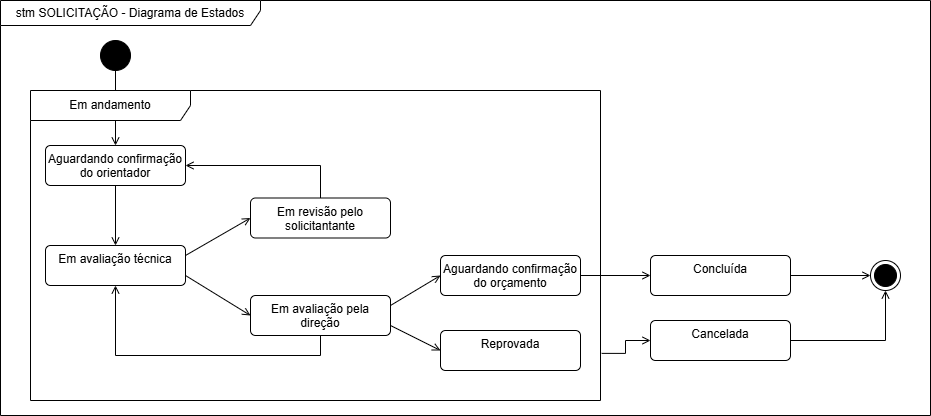
Before: docs/diagrama de estados.drawio.png, a diagram exported from draw.io (CEPAG-UFPR/LAMIR-SisLAMIR-doc). Source tidied: cells renumbered, new cells last; positions are measured from the earlier drawing's top-left corner, leaving out a move shared by most shapes.
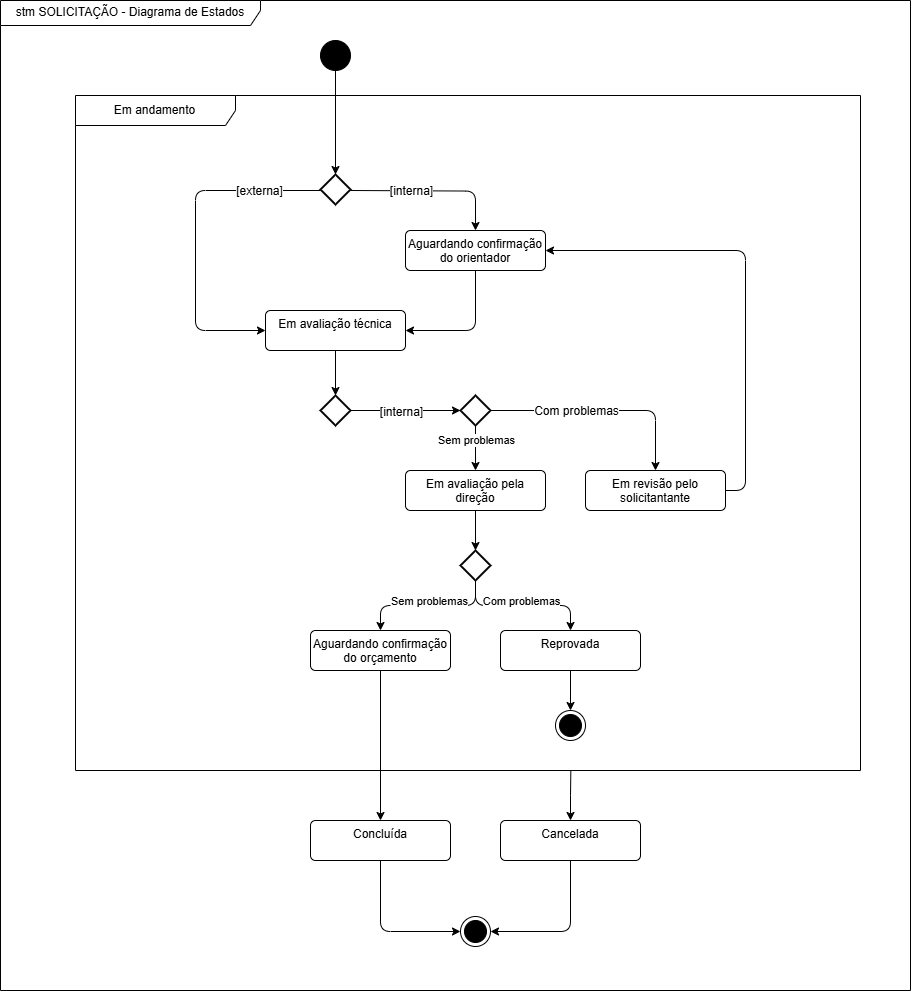
Later version of the same file.

Commit message:
feat: update state diagram

Change to the diagram source:
```diff
@@ -2,82 +2,142 @@
   <root>
     <mxCell id="0" />
     <mxCell id="1" parent="0" />
-    <mxCell id="2" value="stm SOLICITAÇÃO - Diagrama de Estados" style="shape=umlFrame;whiteSpace=wrap;html=1;width=260;height=25;" parent="1" vertex="1">
-      <mxGeometry width="930" height="415" as="geometry" />
+    <mxCell id="2" value="stm SOLICITAÇÃO - Diagrama de Estados" style="shape=umlFrame;whiteSpace=wrap;html=1;width=260;height=25;rounded=1;" parent="1" vertex="1">
+      <mxGeometry width="910" height="990" as="geometry" />
     </mxCell>
-    <mxCell id="3" style="edgeStyle=orthogonalEdgeStyle;rounded=0;jettySize=auto;html=1;exitX=0.5;exitY=1;exitDx=0;exitDy=0;entryX=0.5;entryY=0;entryDx=0;entryDy=0;endArrow=open;endFill=0;" parent="2" edge="1" source="4" target="6">
-      <mxGeometry relative="1" as="geometry" />
-    </mxCell>
-    <mxCell id="4" style="ellipse;fillColor=strokeColor;html=1;" parent="2" vertex="1">
-      <mxGeometry x="100" y="40" width="30" height="30" as="geometry" />
+    <mxCell id="4" style="ellipse;fillColor=strokeColor;html=1;rounded=1;" parent="2" vertex="1">
+      <mxGeometry x="320" y="40" width="30" height="30" as="geometry" />
     </mxCell>
+    <mxCell id="22" value="Em andamento" style="shape=umlFrame;whiteSpace=wrap;html=1;width=160;rounded=1;" parent="2" vertex="1">
+      <mxGeometry x="75" y="95" width="785" height="675" as="geometry" />
+    </mxCell>
+    <mxCell id="26" style="edgeStyle=orthogonalEdgeStyle;rounded=1;jettySize=auto;html=1;exitX=1;exitY=0.5;exitDx=0;exitDy=0;exitPerimeter=0;entryX=0.5;entryY=0;entryDx=0;entryDy=0;curved=0;" parent="22" edge="1" target="6">
+      <mxGeometry relative="1" as="geometry">
+        <mxPoint x="275" y="95" as="sourcePoint" />
+      </mxGeometry>
+    </mxCell>
+    <mxCell id="27" value="&lt;font style=&quot;font-size: 12px;&quot;&gt;[interna]&lt;/font&gt;" style="edgeLabel;html=1;align=center;verticalAlign=middle;rounded=1;" parent="26" vertex="1">
+      <mxGeometry x="-0.27" relative="1" as="geometry" />
+    </mxCell>
+    <mxCell id="28" style="edgeStyle=orthogonalEdgeStyle;rounded=1;jettySize=auto;html=1;exitX=0;exitY=0.5;exitDx=0;exitDy=0;exitPerimeter=0;curved=0;entryX=0;entryY=0.5;entryDx=0;entryDy=0;" parent="22" edge="1" target="9">
+      <mxGeometry relative="1" as="geometry">
+        <mxPoint x="245" y="95" as="sourcePoint" />
+        <Array as="points">
+          <mxPoint x="120" y="95" />
+          <mxPoint x="120" y="235" />
+        </Array>
+      </mxGeometry>
+    </mxCell>
+    <mxCell id="29" value="&lt;font style=&quot;font-size: 12px;&quot;&gt;[externa]&lt;/font&gt;" style="edgeLabel;html=1;align=center;verticalAlign=middle;rounded=1;" parent="28" vertex="1">
+      <mxGeometry x="-0.63" relative="1" as="geometry" />
+    </mxCell>
+    <mxCell id="30" style="strokeWidth=2;html=1;shape=mxgraph.flowchart.decision;whiteSpace=wrap;rounded=1;" parent="22" vertex="1">
+      <mxGeometry x="245" y="79" width="30" height="30" as="geometry" />
+    </mxCell>
-    <mxCell id="5" style="edgeStyle=orthogonalEdgeStyle;rounded=0;jettySize=auto;html=1;exitX=0.5;exitY=1;exitDx=0;exitDy=0;entryX=0.5;entryY=0;entryDx=0;entryDy=0;endArrow=open;endFill=0;" parent="2" edge="1" source="6" target="9">
+    <mxCell id="5" style="edgeStyle=orthogonalEdgeStyle;rounded=1;jettySize=auto;html=1;exitX=0.5;exitY=1;exitDx=0;exitDy=0;entryX=1;entryY=0.5;entryDx=0;entryDy=0;curved=0;" parent="22" edge="1" source="6" target="9">
       <mxGeometry relative="1" as="geometry" />
     </mxCell>
-    <mxCell id="6" value="Aguardando confirmação do orientador" style="html=1;align=center;verticalAlign=top;rounded=1;absoluteArcSize=1;arcSize=10;dashed=0;whiteSpace=wrap;" parent="2" vertex="1">
-      <mxGeometry x="45" y="145" width="140" height="40" as="geometry" />
+    <mxCell id="6" value="Aguardando confirmação do orientador" style="html=1;align=center;verticalAlign=top;rounded=1;absoluteArcSize=1;arcSize=10;dashed=0;whiteSpace=wrap;" parent="22" vertex="1">
+      <mxGeometry x="330" y="135" width="140" height="40" as="geometry" />
     </mxCell>
-    <mxCell id="7" style="rounded=0;jettySize=auto;html=1;exitX=1;exitY=0.25;exitDx=0;exitDy=0;entryX=0;entryY=0.5;entryDx=0;entryDy=0;endArrow=open;endFill=0;" parent="2" edge="1" source="9" target="15">
-      <mxGeometry relative="1" as="geometry" />
-    </mxCell>
-    <mxCell id="8" style="rounded=0;jettySize=auto;html=1;exitX=1;exitY=0.75;exitDx=0;exitDy=0;entryX=0;entryY=0.5;entryDx=0;entryDy=0;endArrow=open;endFill=0;" parent="2" edge="1" source="9" target="13">
-      <mxGeometry relative="1" as="geometry" />
-    </mxCell>
-    <mxCell id="9" value="Em avaliação técnica" style="html=1;align=center;verticalAlign=top;rounded=1;absoluteArcSize=1;arcSize=10;dashed=0;whiteSpace=wrap;" parent="2" vertex="1">
-      <mxGeometry x="45" y="245" width="140" height="40" as="geometry" />
+    <mxCell id="9" value="Em avaliação técnica" style="html=1;align=center;verticalAlign=top;rounded=1;absoluteArcSize=1;arcSize=10;dashed=0;whiteSpace=wrap;" parent="22" vertex="1">
+      <mxGeometry x="190" y="215" width="140" height="40" as="geometry" />
     </mxCell>
-    <mxCell id="10" style="rounded=0;jettySize=auto;html=1;exitX=1;exitY=0.25;exitDx=0;exitDy=0;entryX=0;entryY=0.5;entryDx=0;entryDy=0;endArrow=open;endFill=0;" parent="2" edge="1" source="13" target="17">
-      <mxGeometry relative="1" as="geometry" />
-    </mxCell>
-    <mxCell id="11" style="rounded=0;jettySize=auto;html=1;exitX=1;exitY=0.75;exitDx=0;exitDy=0;entryX=0;entryY=0.5;entryDx=0;entryDy=0;endArrow=open;endFill=0;" parent="2" edge="1" source="13" target="18">
-      <mxGeometry relative="1" as="geometry" />
-    </mxCell>
-    <mxCell id="12" style="edgeStyle=orthogonalEdgeStyle;rounded=0;jettySize=auto;html=1;exitX=0.5;exitY=1;exitDx=0;exitDy=0;entryX=0.5;entryY=1;entryDx=0;entryDy=0;endArrow=open;endFill=0;" parent="2" edge="1" source="13" target="9">
-      <mxGeometry relative="1" as="geometry" />
-    </mxCell>
+    <mxCell id="31" style="edgeStyle=orthogonalEdgeStyle;rounded=1;jettySize=auto;html=1;exitX=1;exitY=0.5;exitDx=0;exitDy=0;exitPerimeter=0;entryX=0;entryY=0.5;entryDx=0;entryDy=0;entryPerimeter=0;" parent="22" edge="1" source="33" target="45">
+      <mxGeometry relative="1" as="geometry" />
+    </mxCell>
+    <mxCell id="32" value="&lt;span style=&quot;font-size: 12px;&quot;&gt;[interna]&lt;/span&gt;" style="edgeLabel;html=1;align=center;verticalAlign=middle;rounded=1;" parent="31" vertex="1">
+      <mxGeometry x="-0.08" y="-1" relative="1" as="geometry" />
+    </mxCell>
+    <mxCell id="33" style="strokeWidth=2;html=1;shape=mxgraph.flowchart.decision;whiteSpace=wrap;rounded=1;" parent="22" vertex="1">
+      <mxGeometry x="245" y="300" width="30" height="30" as="geometry" />
+    </mxCell>
+    <mxCell id="34" style="edgeStyle=orthogonalEdgeStyle;rounded=1;jettySize=auto;html=1;exitX=0.5;exitY=1;exitDx=0;exitDy=0;entryX=0.5;entryY=0;entryDx=0;entryDy=0;entryPerimeter=0;" parent="22" edge="1" source="9" target="33">
+      <mxGeometry relative="1" as="geometry" />
+    </mxCell>
-    <mxCell id="13" value="Em avaliação pela direção" style="html=1;align=center;verticalAlign=top;rounded=1;absoluteArcSize=1;arcSize=10;dashed=0;whiteSpace=wrap;" parent="2" vertex="1">
-      <mxGeometry x="250" y="295" width="140" height="40" as="geometry" />
+    <mxCell id="13" value="Em avaliação pela direção" style="html=1;align=center;verticalAlign=top;rounded=1;absoluteArcSize=1;arcSize=10;dashed=0;whiteSpace=wrap;" parent="22" vertex="1">
+      <mxGeometry x="330" y="375" width="140" height="40" as="geometry" />
     </mxCell>
-    <mxCell id="14" style="edgeStyle=orthogonalEdgeStyle;rounded=0;jettySize=auto;html=1;exitX=0.5;exitY=0;exitDx=0;exitDy=0;entryX=1;entryY=0.5;entryDx=0;entryDy=0;endArrow=open;endFill=0;" parent="2" edge="1" source="15" target="6">
+    <mxCell id="14" style="edgeStyle=orthogonalEdgeStyle;rounded=1;jettySize=auto;html=1;exitX=1;exitY=0.5;exitDx=0;exitDy=0;entryX=1;entryY=0.5;entryDx=0;entryDy=0;" parent="22" edge="1" source="15" target="6">
       <mxGeometry relative="1" as="geometry" />
     </mxCell>
-    <mxCell id="15" value="Em revisão pelo solicitantante" style="html=1;align=center;verticalAlign=top;rounded=1;absoluteArcSize=1;arcSize=10;dashed=0;whiteSpace=wrap;" parent="2" vertex="1">
-      <mxGeometry x="250" y="197.5" width="140" height="40" as="geometry" />
+    <mxCell id="15" value="Em revisão pelo solicitantante" style="html=1;align=center;verticalAlign=top;rounded=1;absoluteArcSize=1;arcSize=10;dashed=0;whiteSpace=wrap;" parent="22" vertex="1">
+      <mxGeometry x="510" y="375" width="140" height="40" as="geometry" />
     </mxCell>
+    <mxCell id="35" style="edgeStyle=orthogonalEdgeStyle;rounded=1;jettySize=auto;html=1;exitX=1;exitY=0.5;exitDx=0;exitDy=0;exitPerimeter=0;entryX=0.5;entryY=0;entryDx=0;entryDy=0;" parent="22" edge="1" source="45" target="15">
+      <mxGeometry relative="1" as="geometry" />
+    </mxCell>
+    <mxCell id="36" value="&lt;span style=&quot;font-size: 12px;&quot;&gt;C&lt;/span&gt;&lt;span style=&quot;font-size: 12px; background-color: light-dark(#ffffff, var(--ge-dark-color, #121212)); color: light-dark(rgb(0, 0, 0), rgb(255, 255, 255));&quot;&gt;om problemas&lt;/span&gt;" style="edgeLabel;html=1;align=center;verticalAlign=middle;rounded=1;" parent="35" vertex="1">
+      <mxGeometry x="0.18" y="-2" relative="1" as="geometry">
+        <mxPoint x="-48" y="-2" as="offset" />
+      </mxGeometry>
+    </mxCell>
+    <mxCell id="37" style="edgeStyle=orthogonalEdgeStyle;rounded=1;jettySize=auto;html=1;exitX=0.5;exitY=1;exitDx=0;exitDy=0;exitPerimeter=0;entryX=0.5;entryY=0;entryDx=0;entryDy=0;" parent="22" edge="1" source="41" target="17">
+      <mxGeometry relative="1" as="geometry" />
+    </mxCell>
+    <mxCell id="38" value="Sem problemas" style="edgeLabel;html=1;align=center;verticalAlign=middle;rounded=1;" parent="37" vertex="1">
+      <mxGeometry x="0.36" relative="1" as="geometry">
+        <mxPoint x="27" y="-5" as="offset" />
+      </mxGeometry>
+    </mxCell>
+    <mxCell id="39" style="edgeStyle=orthogonalEdgeStyle;rounded=1;jettySize=auto;html=1;exitX=0.5;exitY=1;exitDx=0;exitDy=0;exitPerimeter=0;entryX=0.5;entryY=0;entryDx=0;entryDy=0;" parent="22" edge="1" source="41" target="18">
+      <mxGeometry relative="1" as="geometry" />
+    </mxCell>
+    <mxCell id="40" value="Com problemas" style="edgeLabel;html=1;align=center;verticalAlign=middle;rounded=1;" parent="39" vertex="1">
+      <mxGeometry x="0.1" y="-4" relative="1" as="geometry">
+        <mxPoint x="-10" y="-9" as="offset" />
+      </mxGeometry>
+    </mxCell>
+    <mxCell id="41" style="strokeWidth=2;html=1;shape=mxgraph.flowchart.decision;whiteSpace=wrap;rounded=1;" parent="22" vertex="1">
+      <mxGeometry x="385" y="455" width="30" height="30" as="geometry" />
+    </mxCell>
+    <mxCell id="42" style="edgeStyle=orthogonalEdgeStyle;rounded=1;jettySize=auto;html=1;exitX=0.5;exitY=1;exitDx=0;exitDy=0;entryX=0.5;entryY=0;entryDx=0;entryDy=0;entryPerimeter=0;" parent="22" edge="1" source="13" target="41">
+      <mxGeometry relative="1" as="geometry" />
+    </mxCell>
+    <mxCell id="17" value="Aguardando confirmação do orçamento" style="html=1;align=center;verticalAlign=top;rounded=1;absoluteArcSize=1;arcSize=10;dashed=0;whiteSpace=wrap;" parent="22" vertex="1">
+      <mxGeometry x="235" y="535" width="140" height="40" as="geometry" />
+    </mxCell>
+    <mxCell id="43" style="edgeStyle=orthogonalEdgeStyle;rounded=1;jettySize=auto;html=1;exitX=0.5;exitY=1;exitDx=0;exitDy=0;exitPerimeter=0;entryX=0.5;entryY=0;entryDx=0;entryDy=0;" parent="22" edge="1" source="45" target="13">
+      <mxGeometry relative="1" as="geometry" />
+    </mxCell>
+    <mxCell id="44" value="Sem problemas" style="edgeLabel;html=1;align=center;verticalAlign=middle;rounded=1;" parent="43" vertex="1">
+      <mxGeometry x="-0.35" relative="1" as="geometry" />
+    </mxCell>
+    <mxCell id="45" style="strokeWidth=2;html=1;shape=mxgraph.flowchart.decision;whiteSpace=wrap;rounded=1;" parent="22" vertex="1">
+      <mxGeometry x="385" y="300" width="30" height="30" as="geometry" />
+    </mxCell>
+    <mxCell id="46" style="edgeStyle=orthogonalEdgeStyle;rounded=1;jettySize=auto;html=1;exitX=0.5;exitY=1;exitDx=0;exitDy=0;entryX=0.5;entryY=0;entryDx=0;entryDy=0;" parent="22" edge="1" source="18" target="47">
+      <mxGeometry relative="1" as="geometry" />
+    </mxCell>
+    <mxCell id="18" value="Reprovada" style="html=1;align=center;verticalAlign=top;rounded=1;absoluteArcSize=1;arcSize=10;dashed=0;whiteSpace=wrap;" parent="22" vertex="1">
+      <mxGeometry x="425" y="535" width="140" height="40" as="geometry" />
+    </mxCell>
+    <mxCell id="47" style="ellipse;html=1;shape=endState;fillColor=strokeColor;rounded=1;" parent="22" vertex="1">
+      <mxGeometry x="480" y="615" width="30" height="30" as="geometry" />
+    </mxCell>
+    <mxCell id="20" value="Concluída" style="html=1;align=center;verticalAlign=top;rounded=1;absoluteArcSize=1;arcSize=10;dashed=0;whiteSpace=wrap;" parent="2" vertex="1">
+      <mxGeometry x="310" y="820" width="140" height="40" as="geometry" />
+    </mxCell>
+    <mxCell id="24" value="Cancelada" style="html=1;align=center;verticalAlign=top;rounded=1;absoluteArcSize=1;arcSize=10;dashed=0;whiteSpace=wrap;" parent="2" vertex="1">
+      <mxGeometry x="500" y="820" width="140" height="40" as="geometry" />
+    </mxCell>
+    <mxCell id="48" style="edgeStyle=orthogonalEdgeStyle;rounded=1;jettySize=auto;html=1;exitX=0.5;exitY=1;exitDx=0;exitDy=0;entryX=0.5;entryY=0;entryDx=0;entryDy=0;entryPerimeter=0;" parent="2" edge="1" source="4" target="30">
+      <mxGeometry relative="1" as="geometry" />
+    </mxCell>
+    <mxCell id="49" style="ellipse;html=1;shape=endState;fillColor=strokeColor;rounded=1;" parent="2" vertex="1">
+      <mxGeometry x="460" y="916" width="30" height="30" as="geometry" />
+    </mxCell>
+    <mxCell id="50" style="edgeStyle=orthogonalEdgeStyle;rounded=1;jettySize=auto;html=1;exitX=0.5;exitY=1;exitDx=0;exitDy=0;entryX=1;entryY=0.5;entryDx=0;entryDy=0;" parent="2" edge="1" source="24" target="49">
+      <mxGeometry relative="1" as="geometry" />
+    </mxCell>
+    <mxCell id="51" style="edgeStyle=orthogonalEdgeStyle;rounded=1;jettySize=auto;html=1;exitX=0.5;exitY=1;exitDx=0;exitDy=0;entryX=0;entryY=0.5;entryDx=0;entryDy=0;" parent="2" edge="1" source="20" target="49">
+      <mxGeometry relative="1" as="geometry" />
+    </mxCell>
-    <mxCell id="16" style="edgeStyle=orthogonalEdgeStyle;rounded=0;jettySize=auto;html=1;exitX=1;exitY=0.5;exitDx=0;exitDy=0;entryX=0;entryY=0.5;entryDx=0;entryDy=0;endArrow=open;endFill=0;" parent="2" edge="1" source="17" target="20">
+    <mxCell id="16" style="edgeStyle=orthogonalEdgeStyle;rounded=1;jettySize=auto;html=1;exitX=0.5;exitY=1;exitDx=0;exitDy=0;entryX=0.5;entryY=0;entryDx=0;entryDy=0;" parent="2" edge="1" source="17" target="20">
       <mxGeometry relative="1" as="geometry" />
     </mxCell>
-    <mxCell id="17" value="Aguardando confirmação do orçamento" style="html=1;align=center;verticalAlign=top;rounded=1;absoluteArcSize=1;arcSize=10;dashed=0;whiteSpace=wrap;" parent="2" vertex="1">
-      <mxGeometry x="440" y="255" width="140" height="40" as="geometry" />
-    </mxCell>
-    <mxCell id="18" value="Reprovada" style="html=1;align=center;verticalAlign=top;rounded=1;absoluteArcSize=1;arcSize=10;dashed=0;whiteSpace=wrap;" parent="2" vertex="1">
-      <mxGeometry x="440" y="330" width="140" height="40" as="geometry" />
-    </mxCell>
-    <mxCell id="19" style="edgeStyle=orthogonalEdgeStyle;rounded=0;jettySize=auto;html=1;exitX=1;exitY=0.5;exitDx=0;exitDy=0;entryX=0;entryY=0.5;entryDx=0;entryDy=0;endArrow=open;endFill=0;" parent="2" edge="1" source="20" target="21">
-      <mxGeometry relative="1" as="geometry" />
-    </mxCell>
-    <mxCell id="20" value="Concluída" style="html=1;align=center;verticalAlign=top;rounded=1;absoluteArcSize=1;arcSize=10;dashed=0;whiteSpace=wrap;" parent="2" vertex="1">
-      <mxGeometry x="650" y="255" width="140" height="40" as="geometry" />
-    </mxCell>
-    <mxCell id="21" style="ellipse;html=1;shape=endState;fillColor=strokeColor;" parent="2" vertex="1">
-      <mxGeometry x="870" y="260" width="30" height="30" as="geometry" />
-    </mxCell>
-    <mxCell id="22" value="Em andamento" style="shape=umlFrame;whiteSpace=wrap;html=1;width=160;" parent="2" vertex="1">
-      <mxGeometry x="30" y="90" width="570" height="310" as="geometry" />
-    </mxCell>
-    <mxCell id="23" style="edgeStyle=orthogonalEdgeStyle;rounded=0;jettySize=auto;html=1;exitX=1;exitY=0.5;exitDx=0;exitDy=0;entryX=0.5;entryY=1;entryDx=0;entryDy=0;endArrow=open;endFill=0;" parent="2" edge="1" source="24" target="21">
-      <mxGeometry relative="1" as="geometry">
-        <Array as="points">
-          <mxPoint x="770" y="340" />
-          <mxPoint x="865" y="340" />
-        </Array>
-      </mxGeometry>
-    </mxCell>
-    <mxCell id="24" value="Cancelada" style="html=1;align=center;verticalAlign=top;rounded=1;absoluteArcSize=1;arcSize=10;dashed=0;whiteSpace=wrap;" parent="2" vertex="1">
-      <mxGeometry x="650" y="320" width="140" height="40" as="geometry" />
-    </mxCell>
-    <mxCell id="25" style="edgeStyle=orthogonalEdgeStyle;rounded=0;jettySize=auto;html=1;exitX=1.002;exitY=0.848;exitDx=0;exitDy=0;entryX=0;entryY=0.5;entryDx=0;entryDy=0;endArrow=open;endFill=0;exitPerimeter=0;" parent="2" edge="1" source="22" target="24">
-      <mxGeometry relative="1" as="geometry" />
-    </mxCell>
+    <mxCell id="52" style="edgeStyle=orthogonalEdgeStyle;rounded=0;jettySize=auto;html=1;exitX=0.5;exitY=0;exitDx=0;exitDy=0;entryX=0.631;entryY=1;entryDx=0;entryDy=0;entryPerimeter=0;endArrow=none;startFill=1;startArrow=classic;" parent="2" edge="1" source="24" target="22">
+      <mxGeometry relative="1" as="geometry" />
+    </mxCell>
   </root>
 </mxGraphModel>
```
